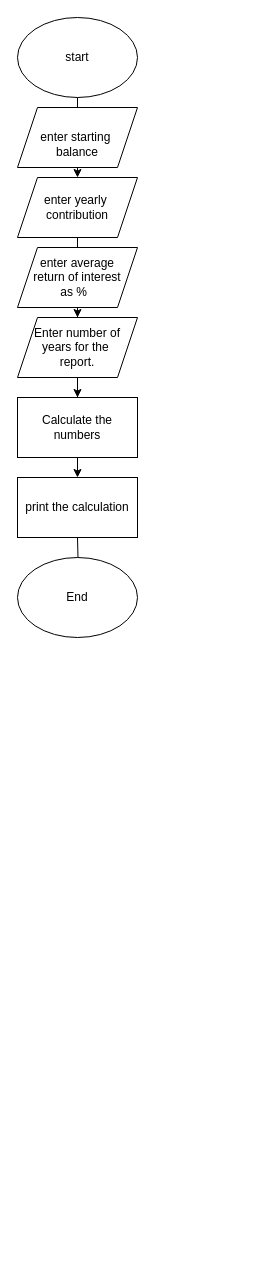
This is Untitled Diagram.drawio from WilsonTalentCenter/advpseudoflow-Drewiitala, a draw.io file, before an edit. Source tidied: cells renumbered, new cells numbered last; positions are measured from the earlier drawing's top-left corner, leaving out a move shared by most shapes. Both pictures are drawn from the tidied source at 100%, with x=0, y=0 at pixel (17, 17).
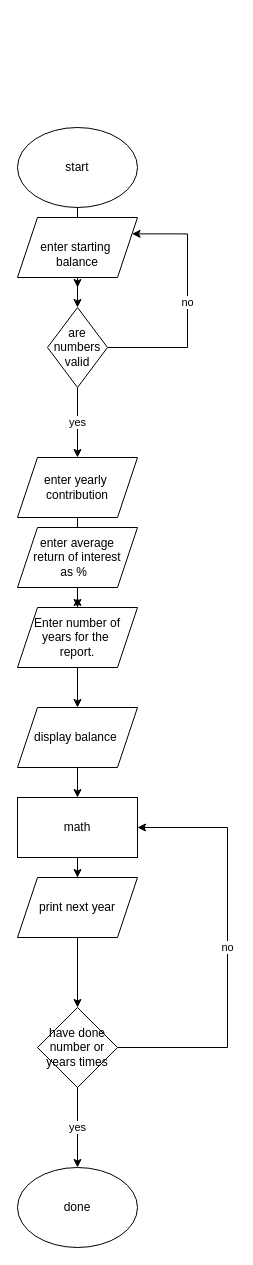
The same page after the edit.

Change to the diagram source:
```diff
@@
     <mxCell id="2" style="edgeStyle=orthogonalEdgeStyle;rounded=0;orthogonalLoop=1;jettySize=auto;html=1;" parent="1" edge="1">
       <mxGeometry relative="1" as="geometry">
-        <mxPoint x="60" y="70" as="sourcePoint" />
-        <mxPoint x="60" y="160" as="targetPoint" />
+        <mxPoint x="60" y="180" as="sourcePoint" />
+        <mxPoint x="60" y="270" as="targetPoint" />
       </mxGeometry>
     </mxCell>
     <mxCell id="3" value="start" style="ellipse;whiteSpace=wrap;html=1;" parent="1" vertex="1">
-      <mxGeometry width="120" height="80" as="geometry" />
+      <mxGeometry y="110" width="120" height="80" as="geometry" />
     </mxCell>
     <mxCell id="4" style="edgeStyle=orthogonalEdgeStyle;rounded=0;jettySize=auto;html=1;" parent="1" edge="1" source="12">
       <mxGeometry relative="1" as="geometry">
-        <mxPoint x="60" y="300" as="targetPoint" />
+        <mxPoint x="60" y="580" as="targetPoint" />
       </mxGeometry>
     </mxCell>
+    <mxCell id="18" style="edgeStyle=orthogonalEdgeStyle;rounded=0;jettySize=auto;html=1;" parent="1" edge="1" source="5" target="22">
+      <mxGeometry relative="1" as="geometry" />
+    </mxCell>
     <mxCell id="5" value="&lt;br&gt;enter starting&amp;nbsp;&lt;br&gt;balance" style="shape=parallelogram;perimeter=parallelogramPerimeter;whiteSpace=wrap;html=1;fixedSize=1;" parent="1" vertex="1">
-      <mxGeometry y="90" width="120" height="60" as="geometry" />
+      <mxGeometry y="200" width="120" height="60" as="geometry" />
     </mxCell>
     <mxCell id="6" style="edgeStyle=orthogonalEdgeStyle;rounded=0;jettySize=auto;html=1;" parent="1" edge="1" source="7">
       <mxGeometry relative="1" as="geometry">
-        <mxPoint x="60" y="230" as="targetPoint" />
+        <mxPoint x="60" y="510" as="targetPoint" />
       </mxGeometry>
     </mxCell>
     <mxCell id="7" value="enter yearly&amp;nbsp;&lt;br&gt;contribution" style="shape=parallelogram;perimeter=parallelogramPerimeter;whiteSpace=wrap;html=1;fixedSize=1;" parent="1" vertex="1">
-      <mxGeometry y="160" width="120" height="60" as="geometry" />
+      <mxGeometry y="440" width="120" height="60" as="geometry" />
     </mxCell>
     <mxCell id="8" style="edgeStyle=orthogonalEdgeStyle;rounded=0;jettySize=auto;html=1;" parent="1" edge="1" target="12">
       <mxGeometry relative="1" as="geometry">
-        <mxPoint x="60" y="290" as="sourcePoint" />
+        <mxPoint x="60" y="570" as="sourcePoint" />
       </mxGeometry>
     </mxCell>
@@
-    <mxCell id="10" style="edgeStyle=orthogonalEdgeStyle;rounded=0;jettySize=auto;html=1;" parent="1" edge="1" source="11" target="14">
-      <mxGeometry relative="1" as="geometry" />
-    </mxCell>
+    <mxCell id="19" style="edgeStyle=orthogonalEdgeStyle;rounded=0;jettySize=auto;html=1;" parent="1" edge="1" source="11" target="24">
+      <mxGeometry relative="1" as="geometry" />
+    </mxCell>
     <mxCell id="11" value="Enter number of years for the&amp;nbsp;&lt;br&gt;report." style="shape=parallelogram;perimeter=parallelogramPerimeter;whiteSpace=wrap;html=1;fixedSize=1;" parent="1" vertex="1">
-      <mxGeometry y="300" width="120" height="60" as="geometry" />
+      <mxGeometry y="590" width="120" height="60" as="geometry" />
     </mxCell>
     <mxCell id="12" value="enter average&lt;br&gt;return of interest&lt;br&gt;as %&amp;nbsp;&amp;nbsp;" style="shape=parallelogram;perimeter=parallelogramPerimeter;whiteSpace=wrap;html=1;fixedSize=1;" parent="1" vertex="1">
-      <mxGeometry y="230" width="120" height="60" as="geometry" />
+      <mxGeometry y="510" width="120" height="60" as="geometry" />
     </mxCell>
-    <mxCell id="13" style="edgeStyle=orthogonalEdgeStyle;rounded=0;jettySize=auto;html=1;" parent="1" edge="1" source="14">
-      <mxGeometry relative="1" as="geometry">
-        <mxPoint x="60" y="460" as="targetPoint" />
-      </mxGeometry>
-    </mxCell>
-    <mxCell id="14" value="Calculate the numbers" style="whiteSpace=wrap;html=1;" parent="1" vertex="1">
-      <mxGeometry y="380" width="120" height="60" as="geometry" />
-    </mxCell>
-    <mxCell id="15" style="edgeStyle=orthogonalEdgeStyle;rounded=0;jettySize=auto;html=1;" parent="1" edge="1" target="16">
-      <mxGeometry relative="1" as="geometry">
-        <mxPoint x="60" y="520" as="sourcePoint" />
-      </mxGeometry>
-    </mxCell>
-    <mxCell id="16" value="End" style="ellipse;whiteSpace=wrap;html=1;" parent="1" vertex="1">
-      <mxGeometry y="540" width="120" height="80" as="geometry" />
-    </mxCell>
-    <mxCell id="17" value="print the calculation" style="rounded=0;whiteSpace=wrap;html=1;" parent="1" vertex="1">
-      <mxGeometry y="460" width="120" height="60" as="geometry" />
-    </mxCell>
+    <mxCell id="20" value="no" style="edgeStyle=orthogonalEdgeStyle;rounded=0;jettySize=auto;html=1;exitX=1;exitY=0.5;exitDx=0;exitDy=0;entryX=1;entryY=0.25;entryDx=0;entryDy=0;" parent="1" edge="1" source="22" target="5">
+      <mxGeometry relative="1" as="geometry">
+        <Array as="points">
+          <mxPoint x="170" y="330" />
+          <mxPoint x="170" y="216" />
+        </Array>
+      </mxGeometry>
+    </mxCell>
+    <mxCell id="21" value="yes" style="edgeStyle=orthogonalEdgeStyle;rounded=0;jettySize=auto;html=1;" parent="1" edge="1" source="22" target="7">
+      <mxGeometry relative="1" as="geometry" />
+    </mxCell>
+    <mxCell id="22" value="are numbers valid" style="rhombus;whiteSpace=wrap;html=1;" parent="1" vertex="1">
+      <mxGeometry x="30" y="290" width="60" height="80" as="geometry" />
+    </mxCell>
+    <mxCell id="23" style="edgeStyle=orthogonalEdgeStyle;rounded=0;jettySize=auto;html=1;" parent="1" edge="1" source="24" target="26">
+      <mxGeometry relative="1" as="geometry" />
+    </mxCell>
+    <mxCell id="24" value="display balance&amp;nbsp;" style="shape=parallelogram;perimeter=parallelogramPerimeter;whiteSpace=wrap;html=1;fixedSize=1;fontFamily=Helvetica;fontSize=12;fontColor=#000000;align=center;strokeColor=#000000;fillColor=#ffffff;" parent="1" vertex="1">
+      <mxGeometry y="690" width="120" height="60" as="geometry" />
+    </mxCell>
+    <mxCell id="25" style="edgeStyle=orthogonalEdgeStyle;rounded=0;jettySize=auto;html=1;" parent="1" edge="1" source="26" target="28">
+      <mxGeometry relative="1" as="geometry" />
+    </mxCell>
+    <mxCell id="26" value="math" style="whiteSpace=wrap;html=1;" parent="1" vertex="1">
+      <mxGeometry y="780" width="120" height="60" as="geometry" />
+    </mxCell>
+    <mxCell id="27" style="edgeStyle=orthogonalEdgeStyle;rounded=0;jettySize=auto;html=1;" parent="1" edge="1" source="28" target="31">
+      <mxGeometry relative="1" as="geometry" />
+    </mxCell>
+    <mxCell id="28" value="print next year" style="shape=parallelogram;perimeter=parallelogramPerimeter;whiteSpace=wrap;html=1;fixedSize=1;fontFamily=Helvetica;fontSize=12;fontColor=#000000;align=center;strokeColor=#000000;fillColor=#ffffff;" parent="1" vertex="1">
+      <mxGeometry y="860" width="120" height="60" as="geometry" />
+    </mxCell>
+    <mxCell id="29" value="no" style="edgeStyle=orthogonalEdgeStyle;rounded=0;jettySize=auto;html=1;exitX=1;exitY=0.5;exitDx=0;exitDy=0;entryX=1;entryY=0.5;entryDx=0;entryDy=0;" parent="1" edge="1" source="31" target="26">
+      <mxGeometry relative="1" as="geometry">
+        <Array as="points">
+          <mxPoint x="210" y="1030" />
+          <mxPoint x="210" y="810" />
+        </Array>
+      </mxGeometry>
+    </mxCell>
+    <mxCell id="30" value="yes" style="edgeStyle=orthogonalEdgeStyle;rounded=0;jettySize=auto;html=1;" parent="1" edge="1" source="31" target="32">
+      <mxGeometry relative="1" as="geometry" />
+    </mxCell>
+    <mxCell id="31" value="have done number or years times" style="rhombus;whiteSpace=wrap;html=1;" parent="1" vertex="1">
+      <mxGeometry x="20" y="990" width="80" height="80" as="geometry" />
+    </mxCell>
+    <mxCell id="32" value="done" style="ellipse;whiteSpace=wrap;html=1;" parent="1" vertex="1">
+      <mxGeometry y="1150" width="120" height="80" as="geometry" />
+    </mxCell>
```
